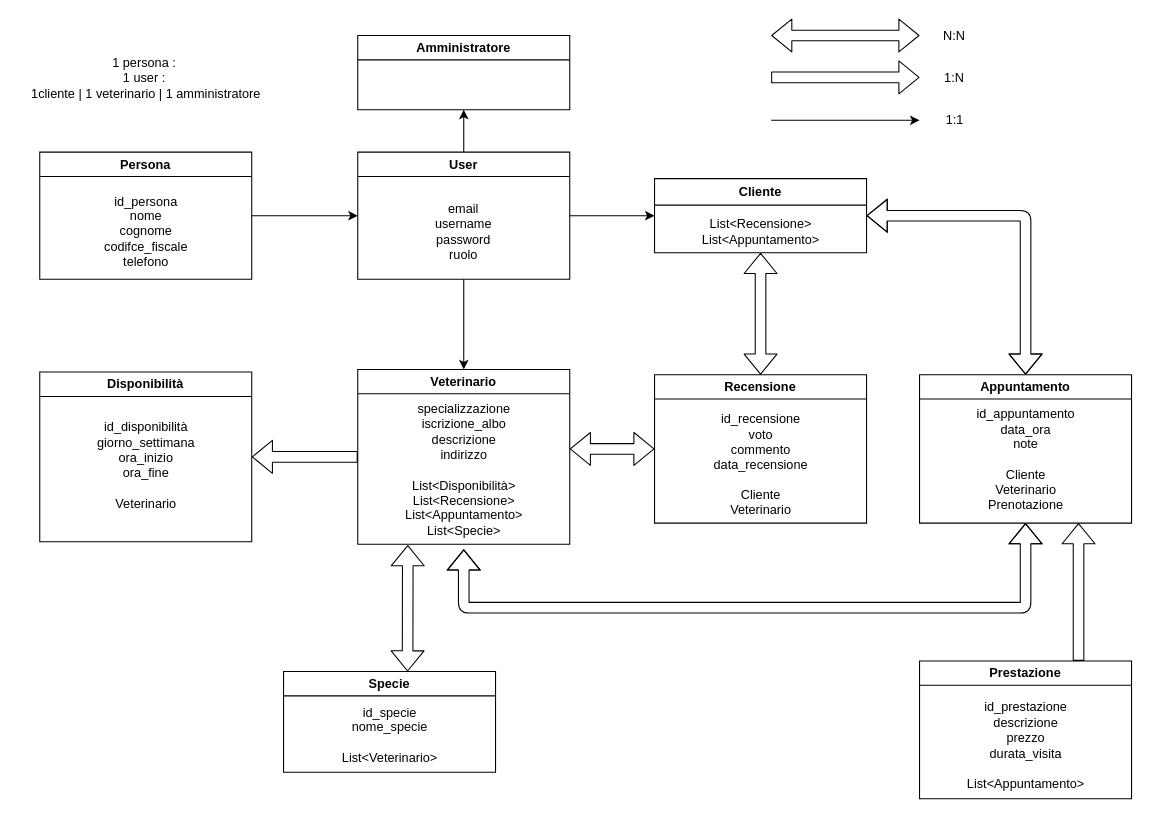
Tidal-Group/PawPal keeps this draw.io diagram as models.drawio. Above is the earlier version. Source tidied: cells renumbered, new cells numbered last; positions are measured from the earlier drawing's top-left corner, leaving out a move shared by most shapes. Both pictures are drawn from the tidied source at 106%, with x=0, y=0 at pixel (18, 20).
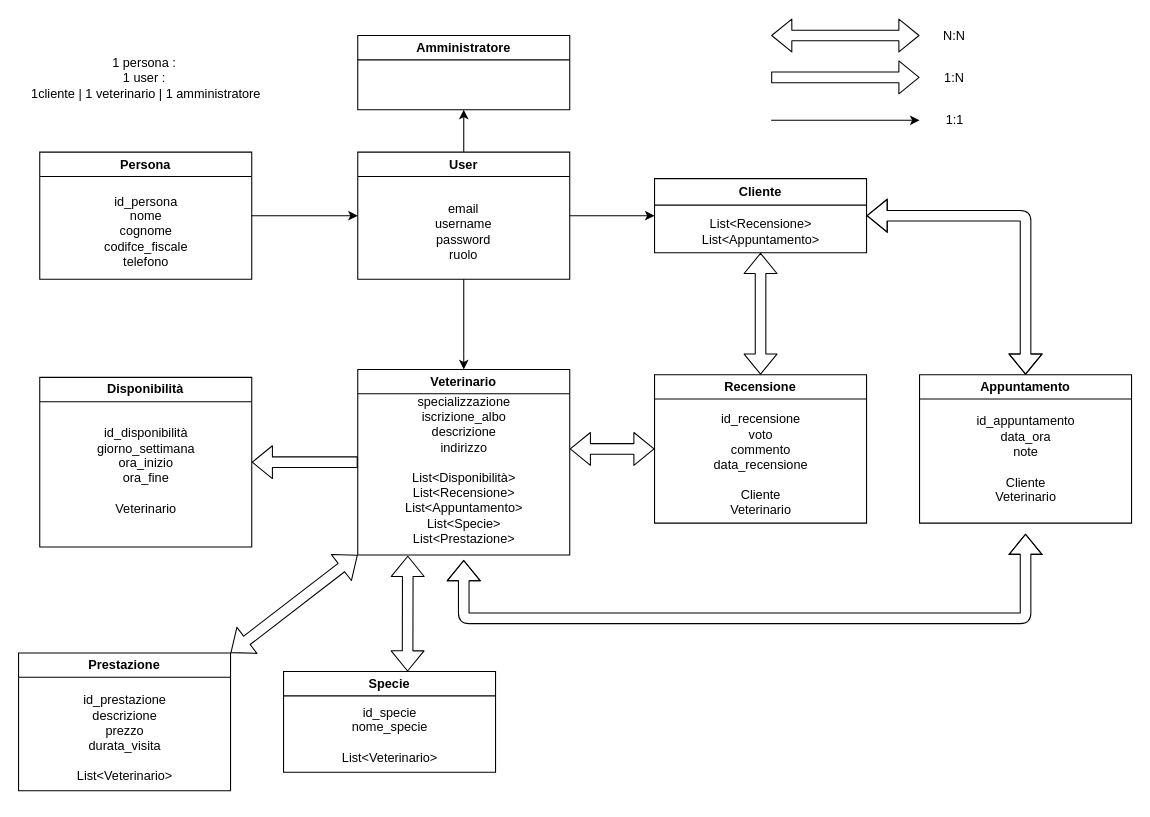
The same diagram, later.

Commit message:
modifica prestazione

Unchanged cells that the change refers to:
```xml
<mxCell id="22" value="Appuntamento" style="swimlane;whiteSpace=wrap;html=1;" parent="1" vertex="1">
  <mxGeometry x="850" y="334" width="200" height="140" as="geometry" />
</mxCell>
```

What changed in the source:
```diff
@@
     <mxCell id="12" value="Veterinario" style="swimlane;whiteSpace=wrap;html=1;" parent="1" vertex="1">
-      <mxGeometry x="320" y="329" width="200" height="165" as="geometry" />
+      <mxGeometry x="320" y="329" width="200" height="175" as="geometry" />
     </mxCell>
-    <mxCell id="13" value="&lt;div&gt;specializzazione&lt;/div&gt;&lt;div&gt;iscrizione_albo&lt;/div&gt;&lt;div&gt;descrizione&lt;/div&gt;&lt;div&gt;indirizzo&lt;/div&gt;&lt;div&gt;&lt;br&gt;&lt;/div&gt;&lt;div&gt;List&amp;lt;Disponibilità&amp;gt;&lt;/div&gt;&lt;div&gt;List&amp;lt;Recensione&amp;gt;&lt;/div&gt;&lt;div&gt;List&amp;lt;Appuntamento&amp;gt;&lt;/div&gt;&lt;div&gt;List&amp;lt;Specie&amp;gt;&lt;/div&gt;" style="text;html=1;align=center;verticalAlign=middle;points=[];strokeColor=none;fillColor=none;" parent="12" vertex="1">
-      <mxGeometry x="35" y="25" width="130" height="140" as="geometry" />
+    <mxCell id="13" value="&lt;div&gt;specializzazione&lt;/div&gt;&lt;div&gt;iscrizione_albo&lt;/div&gt;&lt;div&gt;descrizione&lt;/div&gt;&lt;div&gt;indirizzo&lt;/div&gt;&lt;div&gt;&lt;br&gt;&lt;/div&gt;&lt;div&gt;List&amp;lt;Disponibilità&amp;gt;&lt;/div&gt;&lt;div&gt;List&amp;lt;Recensione&amp;gt;&lt;/div&gt;&lt;div&gt;List&amp;lt;Appuntamento&amp;gt;&lt;/div&gt;&lt;div&gt;List&amp;lt;Specie&amp;gt;&lt;/div&gt;&lt;div&gt;List&amp;lt;Prestazione&amp;gt;&lt;/div&gt;" style="text;html=1;align=center;verticalAlign=middle;points=[];strokeColor=none;fillColor=none;" parent="12" vertex="1">
+      <mxGeometry x="35" y="15" width="130" height="160" as="geometry" />
     </mxCell>
@@
     <mxCell id="16" value="Disponibilità" style="swimlane;whiteSpace=wrap;html=1;" parent="1" vertex="1">
-      <mxGeometry x="20" y="331.5" width="200" height="160" as="geometry" />
+      <mxGeometry x="20" y="336.5" width="200" height="160" as="geometry" />
     </mxCell>
@@
-    <mxCell id="23" value="id_appuntamento&lt;div&gt;data_ora&lt;/div&gt;&lt;div&gt;note&lt;/div&gt;&lt;div&gt;&lt;br&gt;&lt;/div&gt;&lt;div&gt;Cliente&lt;/div&gt;&lt;div&gt;Veterinario&lt;/div&gt;&lt;div&gt;Prenotazione&lt;/div&gt;" style="text;html=1;align=center;verticalAlign=middle;strokeColor=none;fillColor=none;" parent="22" vertex="1">
-      <mxGeometry x="40" y="25" width="120" height="110" as="geometry" />
+    <mxCell id="23" value="id_appuntamento&lt;div&gt;data_ora&lt;/div&gt;&lt;div&gt;note&lt;/div&gt;&lt;div&gt;&lt;br&gt;&lt;/div&gt;&lt;div&gt;Cliente&lt;/div&gt;&lt;div&gt;Veterinario&lt;/div&gt;" style="text;html=1;align=center;verticalAlign=middle;strokeColor=none;fillColor=none;" parent="22" vertex="1">
+      <mxGeometry x="40" y="30" width="120" height="100" as="geometry" />
     </mxCell>
@@
-    <mxCell id="25" style="shape=flexArrow;endArrow=classic;startArrow=classic;html=1;exitX=0.5;exitY=1;exitDx=0;exitDy=0;" parent="1" edge="1" source="22">
+    <mxCell id="25" style="shape=flexArrow;endArrow=classic;startArrow=classic;html=1;exitX=0.5;exitY=1;exitDx=0;exitDy=0;" parent="1" edge="1">
       <mxGeometry relative="1" as="geometry">
-        <mxPoint x="420" y="498.8" as="targetPoint" />
+        <mxPoint x="950" y="484" as="sourcePoint" />
+        <mxPoint x="420" y="508.8" as="targetPoint" />
         <Array as="points">
-          <mxPoint x="950" y="553.8" />
-          <mxPoint x="420" y="553.8" />
+          <mxPoint x="950" y="563.8" />
+          <mxPoint x="420" y="563.8" />
         </Array>
       </mxGeometry>
     </mxCell>
     <mxCell id="26" value="Prestazione" style="swimlane;whiteSpace=wrap;html=1;" parent="1" vertex="1">
-      <mxGeometry x="850" y="604" width="200" height="130" as="geometry" />
+      <mxGeometry y="596.5" width="200" height="130" as="geometry" />
     </mxCell>
-    <mxCell id="27" value="id_prestazione&lt;div&gt;descrizione&lt;/div&gt;&lt;div&gt;prezzo&lt;/div&gt;&lt;div&gt;durata_visita&lt;/div&gt;&lt;div&gt;&lt;br&gt;&lt;/div&gt;&lt;div&gt;List&amp;lt;Appuntamento&amp;gt;&lt;/div&gt;" style="text;html=1;align=center;verticalAlign=middle;strokeColor=none;fillColor=none;" parent="26" vertex="1">
-      <mxGeometry x="35" y="30" width="130" height="100" as="geometry" />
+    <mxCell id="27" value="id_prestazione&lt;div&gt;descrizione&lt;/div&gt;&lt;div&gt;prezzo&lt;/div&gt;&lt;div&gt;durata_visita&lt;/div&gt;&lt;div&gt;&lt;br&gt;&lt;/div&gt;&lt;div&gt;List&amp;lt;Veterinario&amp;gt;&lt;/div&gt;" style="text;html=1;align=center;verticalAlign=middle;strokeColor=none;fillColor=none;" parent="26" vertex="1">
+      <mxGeometry x="45" y="30" width="110" height="100" as="geometry" />
     </mxCell>
@@
-    <mxCell id="32" style="shape=flexArrow;endArrow=classic;html=1;entryX=0.75;entryY=1;entryDx=0;entryDy=0;exitX=0.75;exitY=0;exitDx=0;exitDy=0;" parent="1" edge="1" source="26" target="22">
-      <mxGeometry relative="1" as="geometry" />
-    </mxCell>
@@
+    <mxCell id="39" style="shape=flexArrow;endArrow=classic;startArrow=classic;html=1;exitX=1;exitY=0;exitDx=0;exitDy=0;" parent="1" edge="1" source="26">
+      <mxGeometry relative="1" as="geometry">
+        <mxPoint x="320" y="504" as="targetPoint" />
+      </mxGeometry>
+    </mxCell>
```
